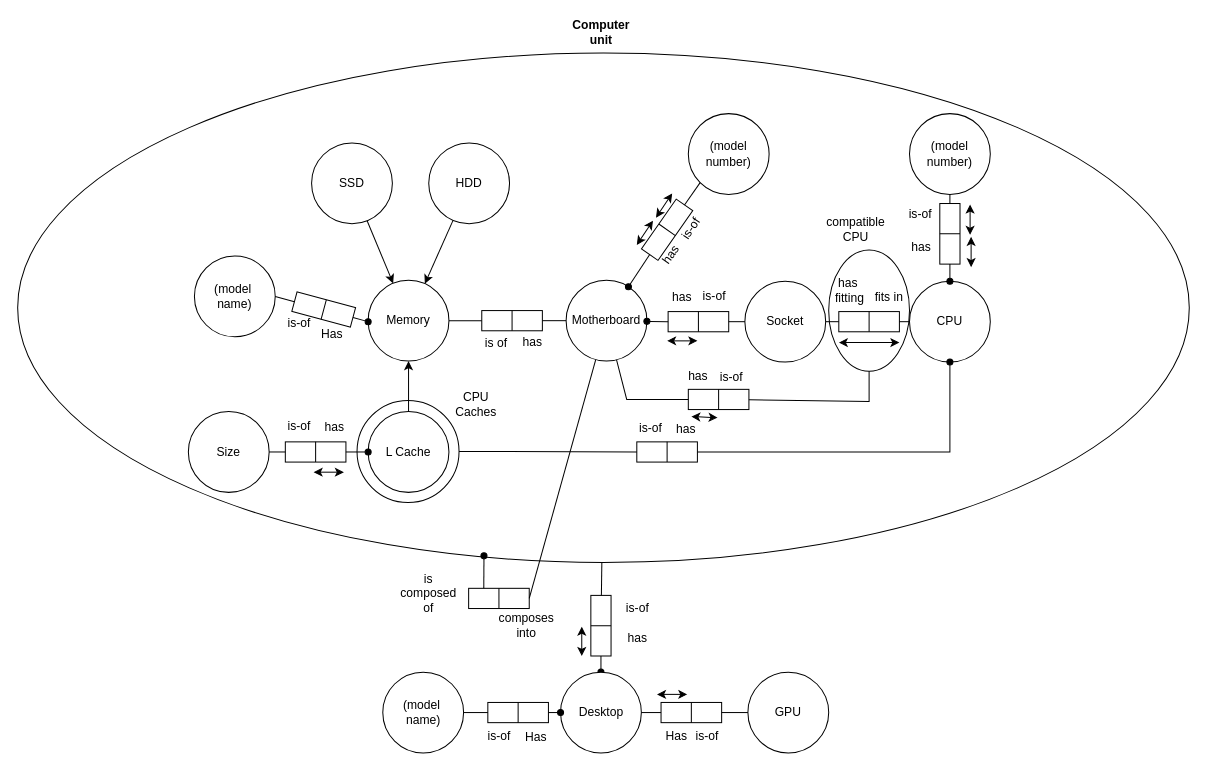
Earlier version of the draw.io diagram Concept-7.1.2.drawio (DenelDuck/drawio). Source tidied: cells renumbered, new cells numbered last; positions are measured from the earlier drawing's top-left corner, leaving out a move shared by most shapes. Both pictures are drawn from the tidied source at 101%, with x=0, y=0 at pixel (17, 17).
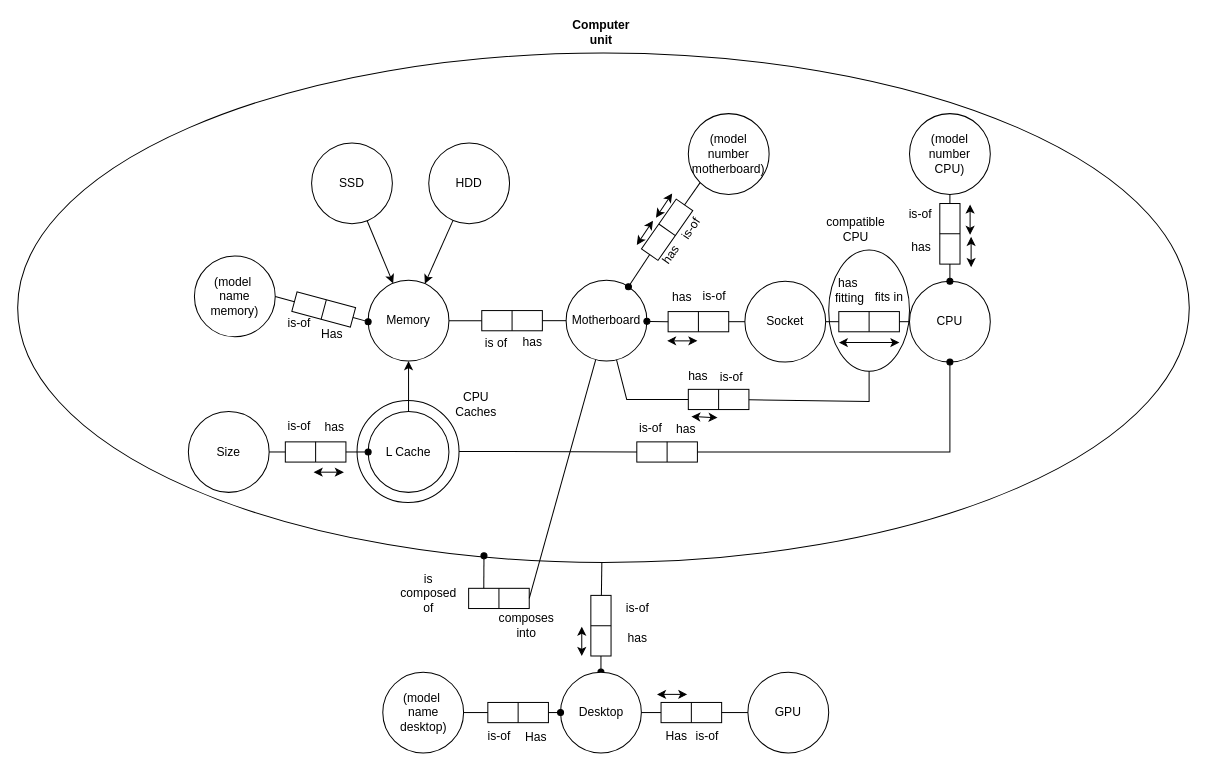
Above is the later version.

Change to the diagram source:
```diff
@@
-    <mxCell id="14" value="(model number)" style="ellipse;whiteSpace=wrap;html=1;" parent="1" vertex="1">
+    <mxCell id="14" value="&lt;div&gt;(model number&lt;/div&gt;&lt;div&gt;motherboard)&lt;/div&gt;" style="ellipse;whiteSpace=wrap;html=1;" parent="1" vertex="1">
       <mxGeometry x="664" y="95" width="80" height="80" as="geometry" />
     </mxCell>
@@
-    <mxCell id="23" value="&lt;div&gt;(model&amp;nbsp;&lt;/div&gt;&lt;div&gt;name)&lt;/div&gt;" style="ellipse;whiteSpace=wrap;html=1;" parent="1" vertex="1">
+    <mxCell id="23" value="&lt;div&gt;(model&amp;nbsp;&lt;/div&gt;&lt;div&gt;name&lt;/div&gt;&lt;div&gt;desktop)&lt;/div&gt;" style="ellipse;whiteSpace=wrap;html=1;" parent="1" vertex="1">
       <mxGeometry x="361.5" y="648" width="80" height="80" as="geometry" />
     </mxCell>
@@
-    <mxCell id="37" value="(model number)" style="ellipse;whiteSpace=wrap;html=1;" parent="1" vertex="1">
+    <mxCell id="37" value="&lt;div&gt;(model number&lt;/div&gt;&lt;div&gt;CPU)&lt;/div&gt;" style="ellipse;whiteSpace=wrap;html=1;" parent="1" vertex="1">
       <mxGeometry x="883" y="95" width="80" height="80" as="geometry" />
     </mxCell>
@@
-    <mxCell id="59" value="&lt;div&gt;(model&amp;nbsp;&lt;/div&gt;&lt;div&gt;name)&lt;/div&gt;" style="ellipse;whiteSpace=wrap;html=1;" parent="1" vertex="1">
+    <mxCell id="59" value="&lt;div&gt;(model&amp;nbsp;&lt;/div&gt;&lt;div&gt;name&lt;/div&gt;&lt;div&gt;memory)&lt;/div&gt;" style="ellipse;whiteSpace=wrap;html=1;" parent="1" vertex="1">
       <mxGeometry x="175" y="236" width="80" height="80" as="geometry" />
     </mxCell>
```
